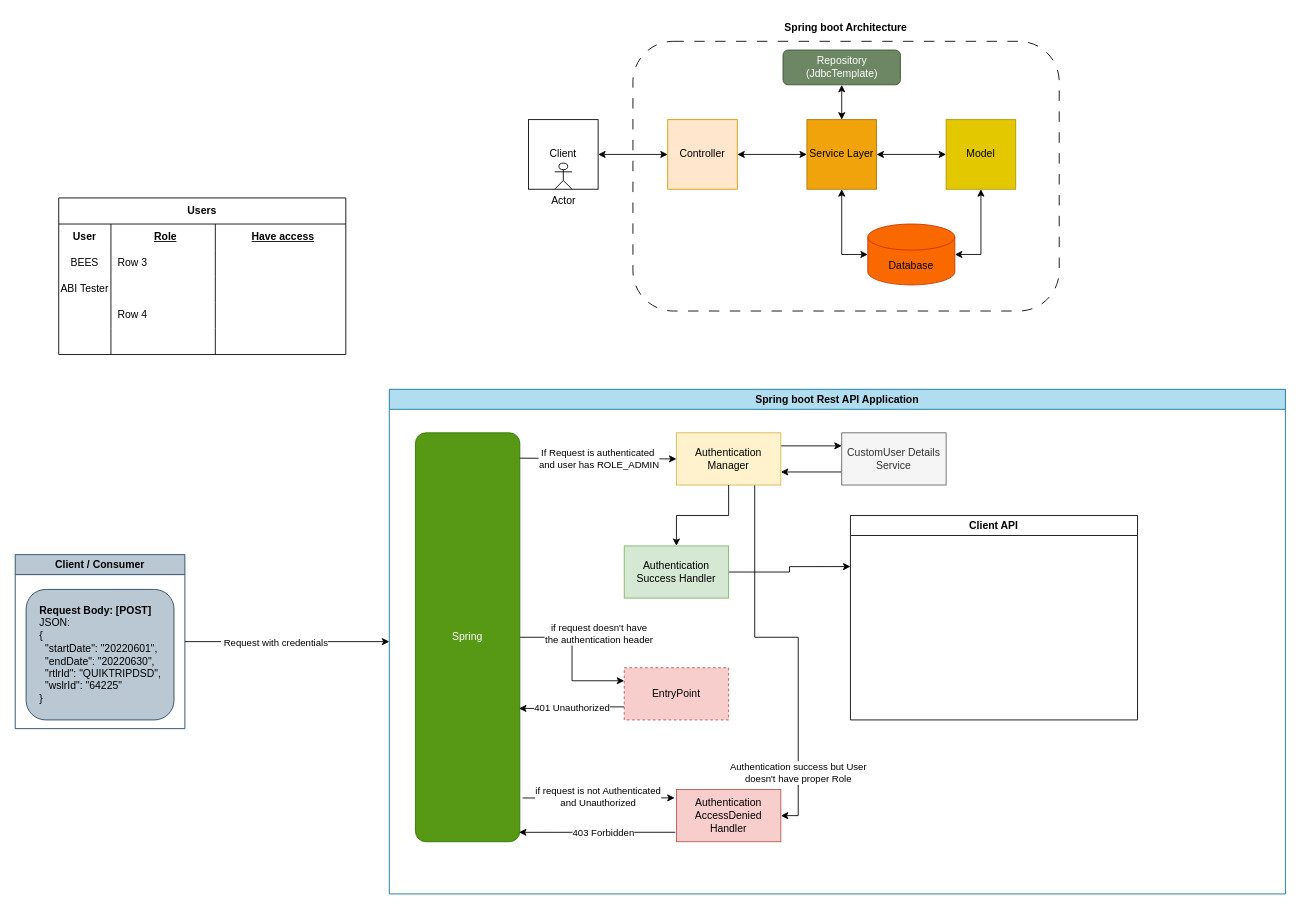
Above: Untitled Diagram.drawio in lalalala097/lalalala097 (draw.io), before the change. Source tidied: cells renumbered, new cells numbered last; positions are measured from the earlier drawing's top-left corner, leaving out a move shared by most shapes. Both pictures are drawn from the tidied source at 87%, with x=0, y=0 at pixel (15, 15).
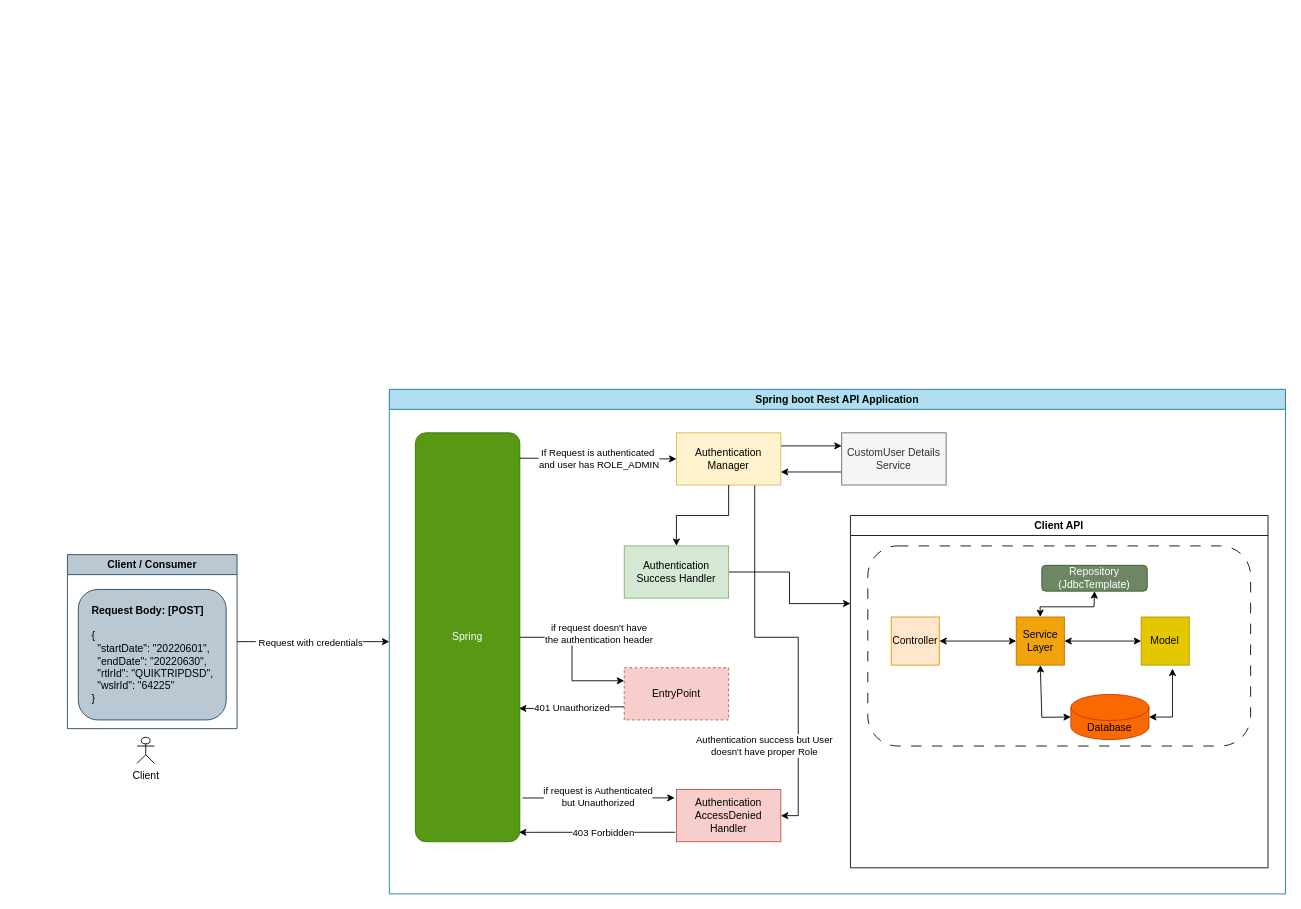
Above is the later version.

The change refers to these unchanged cells:
```xml
<mxCell id="16" value="Spring boot Rest API Application" style="swimlane;whiteSpace=wrap;html=1;fillColor=#b1ddf0;strokeColor=#10739e;" parent="1" vertex="1">
  <mxGeometry x="430" y="430" width="1030" height="580" as="geometry" />
</mxCell>
<mxCell id="21" style="edgeStyle=orthogonalEdgeStyle;rounded=0;jettySize=auto;html=1;exitX=0.75;exitY=1;exitDx=0;exitDy=0;entryX=1;entryY=0.5;entryDx=0;entryDy=0;" parent="16" edge="1" source="23" target="27">
  <mxGeometry relative="1" as="geometry" />
</mxCell>
<mxCell id="28" style="endArrow=classic;html=1;rounded=0;exitX=1.026;exitY=0.893;exitDx=0;exitDy=0;exitPerimeter=0;entryX=-0.017;entryY=0.16;entryDx=0;entryDy=0;entryPerimeter=0;" parent="16" edge="1" source="19" target="27">
  <mxGeometry relative="1" as="geometry" />
</mxCell>
```

What changed in the source:
```diff
@@
-    <mxCell id="2" style="rounded=1;whiteSpace=wrap;html=1;dashed=1;dashPattern=12 12;" parent="1" vertex="1">
-      <mxGeometry x="710" y="30" width="490" height="310" as="geometry" />
-    </mxCell>
-    <mxCell id="3" value="Controller" style="whiteSpace=wrap;html=1;fillColor=#ffe6cc;strokeColor=#d79b00;" parent="1" vertex="1">
-      <mxGeometry x="750" y="120" width="80" height="80" as="geometry" />
-    </mxCell>
-    <mxCell id="4" value="Model" style="whiteSpace=wrap;html=1;fillColor=#e3c800;fontColor=#000000;strokeColor=#B09500;" parent="1" vertex="1">
-      <mxGeometry x="1070" y="120" width="80" height="80" as="geometry" />
-    </mxCell>
-    <mxCell id="5" value="Service Layer" style="whiteSpace=wrap;html=1;fillColor=#f0a30a;fontColor=#000000;strokeColor=#BD7000;" parent="1" vertex="1">
-      <mxGeometry x="910" y="120" width="80" height="80" as="geometry" />
-    </mxCell>
-    <mxCell id="6" value="Client" style="whiteSpace=wrap;html=1;" parent="1" vertex="1">
-      <mxGeometry x="590" y="120" width="80" height="80" as="geometry" />
-    </mxCell>
-    <mxCell id="7" value="Database" style="shape=cylinder3;whiteSpace=wrap;html=1;boundedLbl=1;backgroundOutline=1;size=15;fillColor=#fa6800;fontColor=#000000;strokeColor=#C73500;" parent="1" vertex="1">
-      <mxGeometry x="980" y="240" width="100" height="70" as="geometry" />
-    </mxCell>
-    <mxCell id="8" value="Actor" style="shape=umlActor;verticalLabelPosition=bottom;verticalAlign=top;html=1;" parent="1" vertex="1">
-      <mxGeometry x="620" y="170" width="20" height="30" as="geometry" />
+    <mxCell id="8" value="Client" style="shape=umlActor;verticalLabelPosition=bottom;verticalAlign=top;html=1;" parent="1" vertex="1">
+      <mxGeometry x="140" y="830" width="20" height="30" as="geometry" />
     </mxCell>
-    <mxCell id="9" style="endArrow=classic;startArrow=classic;html=1;rounded=0;exitX=1;exitY=0.5;exitDx=0;exitDy=0;entryX=0;entryY=0.5;entryDx=0;entryDy=0;" parent="1" edge="1" source="6" target="3">
-      <mxGeometry relative="1" as="geometry" />
-    </mxCell>
-    <mxCell id="10" style="endArrow=classic;startArrow=classic;html=1;rounded=0;exitX=1;exitY=0.5;exitDx=0;exitDy=0;entryX=0;entryY=0.5;entryDx=0;entryDy=0;" parent="1" edge="1" source="3" target="5">
-      <mxGeometry relative="1" as="geometry" />
-    </mxCell>
-    <mxCell id="11" style="endArrow=classic;startArrow=classic;html=1;rounded=0;exitX=1;exitY=0.5;exitDx=0;exitDy=0;entryX=0;entryY=0.5;entryDx=0;entryDy=0;" parent="1" edge="1" source="5" target="4">
-      <mxGeometry relative="1" as="geometry" />
-    </mxCell>
-    <mxCell id="12" style="endArrow=classic;startArrow=classic;html=1;rounded=0;entryX=0;entryY=0.5;entryDx=0;entryDy=0;entryPerimeter=0;exitX=0.5;exitY=1;exitDx=0;exitDy=0;" parent="1" edge="1" source="5" target="7">
-      <mxGeometry relative="1" as="geometry">
-        <Array as="points">
-          <mxPoint x="950" y="275" />
-        </Array>
-      </mxGeometry>
-    </mxCell>
-    <mxCell id="13" style="endArrow=classic;startArrow=classic;html=1;rounded=0;entryX=1;entryY=0.5;entryDx=0;entryDy=0;entryPerimeter=0;exitX=0.5;exitY=1;exitDx=0;exitDy=0;" parent="1" edge="1" source="4" target="7">
-      <mxGeometry relative="1" as="geometry">
-        <Array as="points">
-          <mxPoint x="1110" y="275" />
-        </Array>
-      </mxGeometry>
-    </mxCell>
-    <mxCell id="14" value="Repository&lt;br&gt;(JdbcTemplate)" style="rounded=1;whiteSpace=wrap;html=1;fillColor=#6d8764;fontColor=#ffffff;strokeColor=#3A5431;" parent="1" vertex="1">
-      <mxGeometry x="882.5" y="40" width="135" height="40" as="geometry" />
-    </mxCell>
-    <mxCell id="15" style="endArrow=classic;startArrow=classic;html=1;rounded=0;entryX=0.5;entryY=1;entryDx=0;entryDy=0;" parent="1" edge="1" source="5" target="14">
-      <mxGeometry relative="1" as="geometry" />
-    </mxCell>
@@
     <mxCell id="22" value="Authentication success but User &lt;br&gt;doesn't have proper Role" style="edgeLabel;html=1;align=center;verticalAlign=middle;" parent="21" vertex="1">
-      <mxGeometry x="0.69" y="-1" relative="1" as="geometry" />
+      <mxGeometry x="0.69" y="-1" relative="1" as="geometry">
+        <mxPoint x="-39" y="-31" as="offset" />
+      </mxGeometry>
     </mxCell>
@@
     <mxCell id="26" value="Client API" style="swimlane;whiteSpace=wrap;html=1;" parent="16" vertex="1">
-      <mxGeometry x="530" y="145" width="330" height="235" as="geometry" />
+      <mxGeometry x="530" y="145" width="480" height="405" as="geometry" />
     </mxCell>
+    <mxCell id="66" style="group;" parent="26" vertex="1">
+      <mxGeometry x="20" y="35" width="440" height="230" as="geometry" />
+    </mxCell>
+    <mxCell id="2" style="rounded=1;whiteSpace=wrap;html=1;dashed=1;dashPattern=12 12;" parent="66" vertex="1">
+      <mxGeometry width="440" height="230" as="geometry" />
+    </mxCell>
+    <mxCell id="67" style="group;" parent="66" vertex="1">
+      <mxGeometry x="26.9" y="22.3" width="359.2" height="200.3" as="geometry" />
+    </mxCell>
+    <mxCell id="3" value="Controller" style="whiteSpace=wrap;html=1;fillColor=#ffe6cc;strokeColor=#d79b00;" parent="67" vertex="1">
+      <mxGeometry y="59.4" width="55.3" height="55.3" as="geometry" />
+    </mxCell>
+    <mxCell id="4" value="Model" style="whiteSpace=wrap;html=1;fillColor=#e3c800;fontColor=#000000;strokeColor=#B09500;" parent="67" vertex="1">
+      <mxGeometry x="287.3" y="59.4" width="55.3" height="55.3" as="geometry" />
+    </mxCell>
+    <mxCell id="7" value="Database" style="shape=cylinder3;whiteSpace=wrap;html=1;boundedLbl=1;backgroundOutline=1;size=15;fillColor=#fa6800;fontColor=#000000;strokeColor=#C73500;" parent="67" vertex="1">
+      <mxGeometry x="206.5" y="148.4" width="89.8" height="51.9" as="geometry" />
+    </mxCell>
+    <mxCell id="68" style="endArrow=classic;startArrow=classic;html=1;rounded=0;entryX=1;entryY=0.5;entryDx=0;entryDy=0;entryPerimeter=0;exitX=0.5;exitY=1;exitDx=0;exitDy=0;" parent="67" edge="1" target="7">
+      <mxGeometry relative="1" as="geometry">
+        <mxPoint x="323.3" y="118.7" as="sourcePoint" />
+        <Array as="points">
+          <mxPoint x="323.3" y="174.4" />
+        </Array>
+      </mxGeometry>
+    </mxCell>
+    <mxCell id="12" style="endArrow=classic;startArrow=classic;html=1;rounded=0;entryX=0;entryY=0.5;entryDx=0;entryDy=0;entryPerimeter=0;exitX=0.5;exitY=1;exitDx=0;exitDy=0;" parent="67" edge="1" source="5" target="7">
+      <mxGeometry relative="1" as="geometry">
+        <Array as="points">
+          <mxPoint x="173.1" y="174.7" />
+        </Array>
+      </mxGeometry>
+    </mxCell>
+    <mxCell id="5" value="Service Layer" style="whiteSpace=wrap;html=1;fillColor=#f0a30a;fontColor=#000000;strokeColor=#BD7000;" parent="67" vertex="1">
+      <mxGeometry x="143.7" y="59.4" width="55.3" height="55.3" as="geometry" />
+    </mxCell>
+    <mxCell id="10" style="endArrow=classic;startArrow=classic;html=1;rounded=0;exitX=1;exitY=0.5;exitDx=0;exitDy=0;entryX=0;entryY=0.5;entryDx=0;entryDy=0;" parent="67" edge="1" source="3" target="5">
+      <mxGeometry relative="1" as="geometry" />
+    </mxCell>
+    <mxCell id="11" style="endArrow=classic;startArrow=classic;html=1;rounded=0;entryX=0;entryY=0.5;entryDx=0;entryDy=0;exitX=1;exitY=0.5;exitDx=0;exitDy=0;" parent="67" edge="1" source="5" target="4">
+      <mxGeometry relative="1" as="geometry" />
+    </mxCell>
+    <mxCell id="14" value="Repository&lt;br&gt;(JdbcTemplate)" style="rounded=1;whiteSpace=wrap;html=1;fillColor=#6d8764;fontColor=#ffffff;strokeColor=#3A5431;" parent="66" vertex="1">
+      <mxGeometry x="200" y="22.3" width="121.2" height="29.7" as="geometry" />
+    </mxCell>
+    <mxCell id="15" style="endArrow=classic;startArrow=classic;html=1;rounded=0;entryX=0.5;entryY=1;entryDx=0;entryDy=0;exitX=0.5;exitY=0;exitDx=0;exitDy=0;" parent="66" edge="1" source="5" target="14">
+      <mxGeometry relative="1" as="geometry">
+        <Array as="points">
+          <mxPoint x="198" y="70" />
+          <mxPoint x="230" y="70" />
+          <mxPoint x="260" y="70" />
+        </Array>
+      </mxGeometry>
+    </mxCell>
@@
-    <mxCell id="29" value="if request is not Authenticated &lt;br&gt;and Unauthorized" style="edgeLabel;html=1;align=center;verticalAlign=middle;" parent="28" vertex="1">
+    <mxCell id="29" value="if request is Authenticated &lt;br&gt;but Unauthorized" style="edgeLabel;html=1;align=center;verticalAlign=middle;" parent="28" vertex="1">
       <mxGeometry x="-0.31" y="3" relative="1" as="geometry">
         <mxPoint x="26" y="2" as="offset" />
       </mxGeometry>
     </mxCell>
@@
     <mxCell id="40" value="Client / Consumer" style="swimlane;whiteSpace=wrap;html=1;fillColor=#bac8d3;strokeColor=#23445d;" parent="1" vertex="1">
-      <mxGeometry y="620" width="195" height="200" as="geometry" />
+      <mxGeometry x="60" y="620" width="195" height="200" as="geometry" />
     </mxCell>
-    <mxCell id="41" value="&lt;div style=&quot;text-align: left;&quot;&gt;&lt;span style=&quot;background-color: initial;&quot;&gt;&lt;b&gt;Request Body: [POST]&lt;/b&gt;&lt;/span&gt;&lt;/div&gt;&lt;div style=&quot;border-color: var(--border-color); text-align: left;&quot;&gt;JSON:&lt;/div&gt;&lt;div style=&quot;border-color: var(--border-color); text-align: left;&quot;&gt;{&lt;/div&gt;&lt;div style=&quot;border-color: var(--border-color); text-align: left;&quot;&gt;&amp;nbsp; &quot;startDate&quot;: &quot;20220601&quot;,&lt;/div&gt;&lt;div style=&quot;border-color: var(--border-color); text-align: left;&quot;&gt;&amp;nbsp; &quot;endDate&quot;: &quot;20220630&quot;,&lt;/div&gt;&lt;div style=&quot;border-color: var(--border-color); text-align: left;&quot;&gt;&amp;nbsp; &quot;rtlrId&quot;: &quot;QUIKTRIPDSD&lt;span style=&quot;background-color: initial;&quot;&gt;&quot;,&lt;/span&gt;&lt;br&gt;&lt;/div&gt;&lt;div style=&quot;border-color: var(--border-color); text-align: left;&quot;&gt;&amp;nbsp; &quot;wslrId&quot;: &quot;64225&lt;span style=&quot;background-color: initial;&quot;&gt;&quot;&lt;/span&gt;&lt;br&gt;&lt;/div&gt;&lt;div style=&quot;border-color: var(--border-color); text-align: left;&quot;&gt;}&lt;/div&gt;" style="rounded=1;whiteSpace=wrap;html=1;fillColor=#bac8d3;strokeColor=#23445d;" parent="40" vertex="1">
+    <mxCell id="41" value="&lt;div style=&quot;text-align: left;&quot;&gt;&lt;span style=&quot;background-color: initial;&quot;&gt;&lt;b&gt;Request Body: [POST]&lt;/b&gt;&lt;/span&gt;&lt;/div&gt;&lt;div style=&quot;border-color: var(--border-color); text-align: left;&quot;&gt;&lt;br&gt;&lt;/div&gt;&lt;div style=&quot;border-color: var(--border-color); text-align: left;&quot;&gt;{&lt;/div&gt;&lt;div style=&quot;border-color: var(--border-color); text-align: left;&quot;&gt;&amp;nbsp; &quot;startDate&quot;: &quot;20220601&quot;,&lt;/div&gt;&lt;div style=&quot;border-color: var(--border-color); text-align: left;&quot;&gt;&amp;nbsp; &quot;endDate&quot;: &quot;20220630&quot;,&lt;/div&gt;&lt;div style=&quot;border-color: var(--border-color); text-align: left;&quot;&gt;&amp;nbsp; &quot;rtlrId&quot;: &quot;QUIKTRIPDSD&lt;span style=&quot;background-color: initial;&quot;&gt;&quot;,&lt;/span&gt;&lt;br&gt;&lt;/div&gt;&lt;div style=&quot;border-color: var(--border-color); text-align: left;&quot;&gt;&amp;nbsp; &quot;wslrId&quot;: &quot;64225&lt;span style=&quot;background-color: initial;&quot;&gt;&quot;&lt;/span&gt;&lt;br&gt;&lt;/div&gt;&lt;div style=&quot;border-color: var(--border-color); text-align: left;&quot;&gt;}&lt;/div&gt;" style="rounded=1;whiteSpace=wrap;html=1;fillColor=#bac8d3;strokeColor=#23445d;" parent="40" vertex="1">
       <mxGeometry x="12.5" y="40" width="170" height="150" as="geometry" />
     </mxCell>
-    <mxCell id="42" value="Spring boot Architecture" style="text;html=1;strokeColor=none;fillColor=none;align=center;verticalAlign=middle;whiteSpace=wrap;rounded=0;fontStyle=1;" parent="1" vertex="1">
-      <mxGeometry x="800" width="310" height="30" as="geometry" />
-    </mxCell>
@@
-    <mxCell id="45" value="Users" style="shape=table;startSize=30;childLayout=tableLayout;rowLines=0;fontStyle=1;align=center;html=1;whiteSpace=wrap;" parent="1" vertex="1">
-      <mxGeometry x="50" y="210" width="330" height="180" as="geometry" />
-    </mxCell>
-    <mxCell id="46" style="shape=tableRow;horizontal=0;startSize=0;swimlaneHead=0;swimlaneBody=0;fillColor=none;top=0;left=0;right=0;bottom=0;html=1;" parent="45" vertex="1">
-      <mxGeometry y="30" width="330" height="30" as="geometry" />
-    </mxCell>
-    <mxCell id="47" value="User" style="shape=partialRectangle;fillColor=none;top=0;left=0;bottom=0;right=0;fontStyle=1;overflow=hidden;html=1;whiteSpace=wrap;" parent="46" vertex="1">
-      <mxGeometry width="60" height="30" as="geometry" />
-    </mxCell>
-    <mxCell id="48" value="Role" style="shape=partialRectangle;fillColor=none;top=0;left=0;bottom=0;right=0;align=center;spacingLeft=6;fontStyle=5;overflow=hidden;html=1;whiteSpace=wrap;" parent="46" vertex="1">
-      <mxGeometry x="60" width="120" height="30" as="geometry" />
-    </mxCell>
-    <mxCell id="49" value="Have access" style="shape=partialRectangle;fillColor=none;top=0;left=0;bottom=0;right=0;align=center;spacingLeft=6;fontStyle=5;overflow=hidden;html=1;whiteSpace=wrap;" parent="46" vertex="1">
-      <mxGeometry x="180" width="150" height="30" as="geometry" />
-    </mxCell>
-    <mxCell id="50" style="shape=tableRow;horizontal=0;startSize=0;swimlaneHead=0;swimlaneBody=0;fillColor=none;top=0;left=0;right=0;bottom=0;html=1;" parent="45" vertex="1">
-      <mxGeometry y="60" width="330" height="30" as="geometry" />
-    </mxCell>
-    <mxCell id="51" value="BEES" style="shape=partialRectangle;fillColor=none;top=0;left=0;bottom=0;right=0;overflow=hidden;html=1;whiteSpace=wrap;" parent="50" vertex="1">
-      <mxGeometry width="60" height="30" as="geometry" />
-    </mxCell>
-    <mxCell id="52" value="Row 3" style="shape=partialRectangle;fillColor=none;top=0;left=0;bottom=0;right=0;align=left;spacingLeft=6;overflow=hidden;html=1;whiteSpace=wrap;" parent="50" vertex="1">
-      <mxGeometry x="60" width="120" height="30" as="geometry" />
-    </mxCell>
-    <mxCell id="53" style="shape=partialRectangle;fillColor=none;top=0;left=0;bottom=0;right=0;align=left;spacingLeft=6;overflow=hidden;html=1;whiteSpace=wrap;" parent="50" vertex="1">
-      <mxGeometry x="180" width="150" height="30" as="geometry" />
-    </mxCell>
-    <mxCell id="54" style="shape=tableRow;horizontal=0;startSize=0;swimlaneHead=0;swimlaneBody=0;fillColor=none;top=0;left=0;right=0;bottom=0;html=1;" parent="45" vertex="1">
-      <mxGeometry y="90" width="330" height="30" as="geometry" />
-    </mxCell>
-    <mxCell id="55" value="ABI Tester" style="shape=partialRectangle;fillColor=none;top=0;left=0;bottom=0;right=0;overflow=hidden;html=1;whiteSpace=wrap;" parent="54" vertex="1">
-      <mxGeometry width="60" height="30" as="geometry" />
-    </mxCell>
-    <mxCell id="56" style="shape=partialRectangle;fillColor=none;top=0;left=0;bottom=0;right=0;align=left;spacingLeft=6;overflow=hidden;html=1;whiteSpace=wrap;" parent="54" vertex="1">
-      <mxGeometry x="60" width="120" height="30" as="geometry" />
-    </mxCell>
-    <mxCell id="57" style="shape=partialRectangle;fillColor=none;top=0;left=0;bottom=0;right=0;align=left;spacingLeft=6;overflow=hidden;html=1;whiteSpace=wrap;" parent="54" vertex="1">
-      <mxGeometry x="180" width="150" height="30" as="geometry" />
-    </mxCell>
-    <mxCell id="58" style="shape=tableRow;horizontal=0;startSize=0;swimlaneHead=0;swimlaneBody=0;fillColor=none;top=0;left=0;right=0;bottom=0;html=1;" parent="45" vertex="1">
-      <mxGeometry y="120" width="330" height="30" as="geometry" />
-    </mxCell>
-    <mxCell id="59" style="shape=partialRectangle;fillColor=none;top=0;left=0;bottom=0;right=0;overflow=hidden;html=1;whiteSpace=wrap;" parent="58" vertex="1">
-      <mxGeometry width="60" height="30" as="geometry" />
-    </mxCell>
-    <mxCell id="60" value="Row 4" style="shape=partialRectangle;fillColor=none;top=0;left=0;bottom=0;right=0;align=left;spacingLeft=6;overflow=hidden;html=1;whiteSpace=wrap;" parent="58" vertex="1">
-      <mxGeometry x="60" width="120" height="30" as="geometry" />
-    </mxCell>
-    <mxCell id="61" style="shape=partialRectangle;fillColor=none;top=0;left=0;bottom=0;right=0;align=left;spacingLeft=6;overflow=hidden;html=1;whiteSpace=wrap;" parent="58" vertex="1">
-      <mxGeometry x="180" width="150" height="30" as="geometry" />
-    </mxCell>
-    <mxCell id="62" style="shape=tableRow;horizontal=0;startSize=0;swimlaneHead=0;swimlaneBody=0;fillColor=none;top=0;left=0;right=0;bottom=0;html=1;" parent="45" vertex="1">
-      <mxGeometry y="150" width="330" height="30" as="geometry" />
-    </mxCell>
-    <mxCell id="63" style="shape=partialRectangle;fillColor=none;top=0;left=0;bottom=0;right=0;overflow=hidden;html=1;whiteSpace=wrap;" parent="62" vertex="1">
-      <mxGeometry width="60" height="30" as="geometry" />
-    </mxCell>
-    <mxCell id="64" style="shape=partialRectangle;fillColor=none;top=0;left=0;bottom=0;right=0;align=left;spacingLeft=6;overflow=hidden;html=1;whiteSpace=wrap;" parent="62" vertex="1">
-      <mxGeometry x="60" width="120" height="30" as="geometry" />
-    </mxCell>
-    <mxCell id="65" style="shape=partialRectangle;fillColor=none;top=0;left=0;bottom=0;right=0;align=left;spacingLeft=6;overflow=hidden;html=1;whiteSpace=wrap;" parent="62" vertex="1">
-      <mxGeometry x="180" width="150" height="30" as="geometry" />
-    </mxCell>
```
